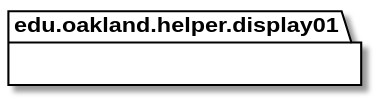
This is docs/uml-class-diagrams/display01/helper/Display01HelperPackage_DirectDependencies.svg from elilley15/csi-3370-software-project, a PlantUML export, as it was before one commit.
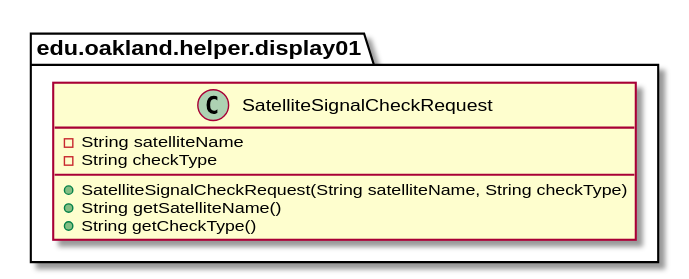
The same file after the commit.

What changed in the source:
```diff
@@ -10,4 +10,19 @@
 }
 
 
+package edu.oakland.helper.display01 {
+    class SatelliteSignalCheckRequest {
+        - String satelliteName
+        - String checkType
+        + SatelliteSignalCheckRequest(String satelliteName, String checkType)
+        + String getSatelliteName()
+        + String getCheckType()
+    }
+}
+
+
+
+
+
+
 @enduml
```
